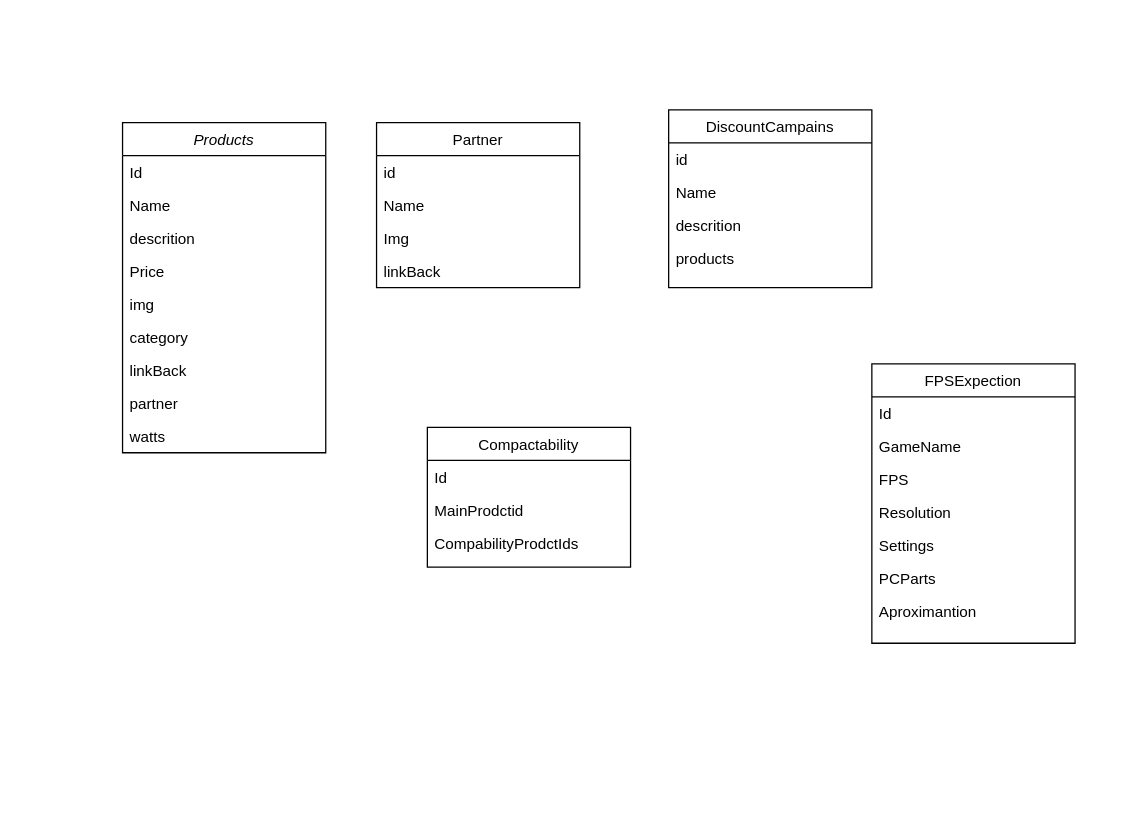
Earlier version of the draw.io diagram Untitled Diagram.drawio (bgabrielma/RigForge). Source tidied: cells renumbered, new cells numbered last; positions are measured from the earlier drawing's top-left corner, leaving out a move shared by most shapes. Both pictures are drawn from the tidied source at 127%, with x=0, y=0 at pixel (122, 109).
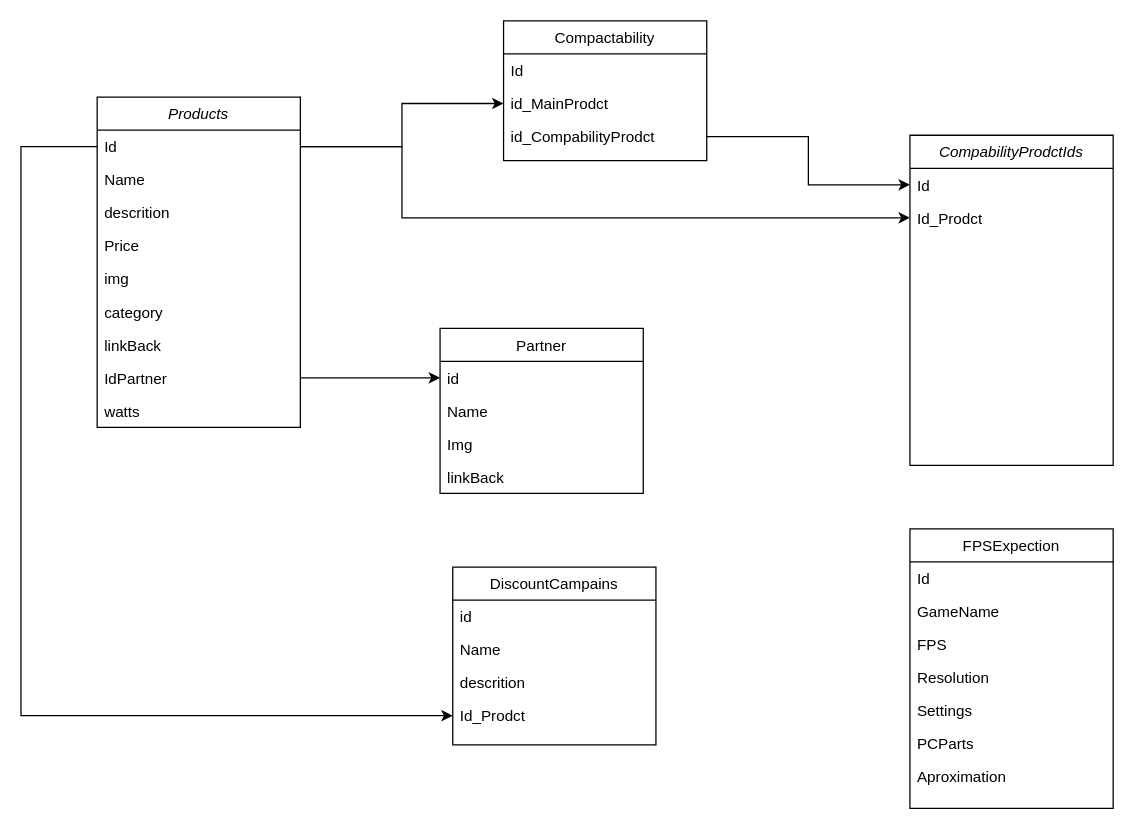
The same page after the edit.

Unchanged cells that the change refers to:
```xml
<mxCell id="3" value="Id" style="text;align=left;verticalAlign=top;spacingLeft=4;spacingRight=4;overflow=hidden;points=[[0,0.5],[1,0.5]];portConstraint=eastwest;" parent="2" vertex="1">
  <mxGeometry y="26" width="160" height="26" as="geometry" />
</mxCell>
<mxCell id="22" value="id" style="text;align=left;verticalAlign=top;spacingLeft=4;spacingRight=4;overflow=hidden;points=[[0,0.5],[1,0.5]];portConstraint=eastwest;" parent="21" vertex="1">
  <mxGeometry y="26" width="160" height="26" as="geometry" />
</mxCell>
```

Change to the diagram source:
```diff
@@
     <mxCell id="2" value="Products" style="swimlane;fontStyle=2;align=center;verticalAlign=top;horizontal=1;startSize=26;rounded=0;shadow=0;strokeWidth=1;" parent="1" vertex="1">
-      <mxGeometry y="10" width="160" height="260" as="geometry" />
+      <mxGeometry x="-20" y="-10" width="160" height="260" as="geometry" />
     </mxCell>
@@
-    <mxCell id="10" value="partner" style="text;align=left;verticalAlign=top;spacingLeft=4;spacingRight=4;overflow=hidden;points=[[0,0.5],[1,0.5]];portConstraint=eastwest;rounded=0;shadow=0;html=0;" parent="2" vertex="1">
+    <mxCell id="10" value="IdPartner" style="text;align=left;verticalAlign=top;spacingLeft=4;spacingRight=4;overflow=hidden;points=[[0,0.5],[1,0.5]];portConstraint=eastwest;rounded=0;shadow=0;html=0;" parent="2" vertex="1">
       <mxGeometry y="208" width="160" height="26" as="geometry" />
     </mxCell>
@@
     <mxCell id="12" value="Compactability" style="swimlane;fontStyle=0;align=center;verticalAlign=top;horizontal=1;startSize=26;rounded=0;shadow=0;strokeWidth=1;" parent="1" vertex="1">
-      <mxGeometry x="240" y="250" width="160" height="110" as="geometry" />
+      <mxGeometry x="300" y="-70" width="160" height="110" as="geometry" />
     </mxCell>
@@
-    <mxCell id="14" value="MainProdctid" style="text;align=left;verticalAlign=top;spacingLeft=4;spacingRight=4;overflow=hidden;points=[[0,0.5],[1,0.5]];portConstraint=eastwest;rounded=0;shadow=0;html=0;" parent="12" vertex="1">
+    <mxCell id="14" value="id_MainProdct" style="text;align=left;verticalAlign=top;spacingLeft=4;spacingRight=4;overflow=hidden;points=[[0,0.5],[1,0.5]];portConstraint=eastwest;rounded=0;shadow=0;html=0;" parent="12" vertex="1">
       <mxGeometry y="52" width="160" height="26" as="geometry" />
     </mxCell>
-    <mxCell id="15" value="CompabilityProdctIds" style="text;align=left;verticalAlign=top;spacingLeft=4;spacingRight=4;overflow=hidden;points=[[0,0.5],[1,0.5]];portConstraint=eastwest;rounded=0;shadow=0;html=0;" parent="12" vertex="1">
+    <mxCell id="15" value="id_CompabilityProdct" style="text;align=left;verticalAlign=top;spacingLeft=4;spacingRight=4;overflow=hidden;points=[[0,0.5],[1,0.5]];portConstraint=eastwest;rounded=0;shadow=0;html=0;" parent="12" vertex="1">
       <mxGeometry y="78" width="160" height="26" as="geometry" />
     </mxCell>
     <mxCell id="16" value="DiscountCampains" style="swimlane;fontStyle=0;align=center;verticalAlign=top;horizontal=1;startSize=26;rounded=0;shadow=0;strokeWidth=1;" parent="1" vertex="1">
-      <mxGeometry x="430" width="160" height="140" as="geometry" />
+      <mxGeometry x="260" y="360" width="160" height="140" as="geometry" />
     </mxCell>
@@
-    <mxCell id="20" value="products" style="text;align=left;verticalAlign=top;spacingLeft=4;spacingRight=4;overflow=hidden;points=[[0,0.5],[1,0.5]];portConstraint=eastwest;" parent="16" vertex="1">
+    <mxCell id="20" value="Id_Prodct" style="text;align=left;verticalAlign=top;spacingLeft=4;spacingRight=4;overflow=hidden;points=[[0,0.5],[1,0.5]];portConstraint=eastwest;" parent="16" vertex="1">
       <mxGeometry y="104" width="160" height="26" as="geometry" />
     </mxCell>
     <mxCell id="21" value="Partner" style="swimlane;fontStyle=0;align=center;verticalAlign=top;horizontal=1;startSize=26;rounded=0;shadow=0;strokeWidth=1;" parent="1" vertex="1">
-      <mxGeometry x="200" y="10" width="160" height="130" as="geometry" />
+      <mxGeometry x="250" y="172" width="160" height="130" as="geometry" />
     </mxCell>
@@
     <mxCell id="26" value="FPSExpection" style="swimlane;fontStyle=0;align=center;verticalAlign=top;horizontal=1;startSize=26;rounded=0;shadow=0;strokeWidth=1;" parent="1" vertex="1">
-      <mxGeometry x="590" y="200" width="160" height="220" as="geometry" />
+      <mxGeometry x="620" y="330" width="160" height="220" as="geometry" />
     </mxCell>
@@
-    <mxCell id="33" value="Aproximantion" style="text;align=left;verticalAlign=top;spacingLeft=4;spacingRight=4;overflow=hidden;rounded=0;shadow=0;html=0;" parent="26" vertex="1">
+    <mxCell id="33" value="Aproximation" style="text;align=left;verticalAlign=top;spacingLeft=4;spacingRight=4;overflow=hidden;rounded=0;shadow=0;html=0;" parent="26" vertex="1">
       <mxGeometry y="182" width="160" height="26" as="geometry" />
     </mxCell>
+    <mxCell id="34" style="edgeStyle=orthogonalEdgeStyle;rounded=0;jettySize=auto;html=1;" parent="1" edge="1" source="10" target="22">
+      <mxGeometry relative="1" as="geometry" />
+    </mxCell>
+    <mxCell id="35" value="CompabilityProdctIds" style="swimlane;fontStyle=2;align=center;verticalAlign=top;horizontal=1;startSize=26;rounded=0;shadow=0;strokeWidth=1;" parent="1" vertex="1">
+      <mxGeometry x="620" y="20" width="160" height="260" as="geometry" />
+    </mxCell>
+    <mxCell id="36" value="Id" style="text;align=left;verticalAlign=top;spacingLeft=4;spacingRight=4;overflow=hidden;points=[[0,0.5],[1,0.5]];portConstraint=eastwest;" parent="35" vertex="1">
+      <mxGeometry y="26" width="160" height="26" as="geometry" />
+    </mxCell>
+    <mxCell id="37" value="Id_Prodct" style="text;align=left;verticalAlign=top;spacingLeft=4;spacingRight=4;overflow=hidden;points=[[0,0.5],[1,0.5]];portConstraint=eastwest;rounded=0;shadow=0;html=0;" parent="35" vertex="1">
+      <mxGeometry y="52" width="160" height="26" as="geometry" />
+    </mxCell>
+    <mxCell id="38" style="edgeStyle=orthogonalEdgeStyle;rounded=0;jettySize=auto;html=1;" parent="1" edge="1" source="15" target="36">
+      <mxGeometry relative="1" as="geometry" />
+    </mxCell>
+    <mxCell id="39" style="edgeStyle=orthogonalEdgeStyle;rounded=0;jettySize=auto;html=1;entryX=0;entryY=0.5;entryDx=0;entryDy=0;" parent="1" edge="1" source="3" target="14">
+      <mxGeometry relative="1" as="geometry" />
+    </mxCell>
+    <mxCell id="40" style="edgeStyle=orthogonalEdgeStyle;rounded=0;jettySize=auto;html=1;" parent="1" edge="1" source="3" target="37">
+      <mxGeometry relative="1" as="geometry">
+        <Array as="points">
+          <mxPoint x="220" y="29" />
+          <mxPoint x="220" y="85" />
+        </Array>
+      </mxGeometry>
+    </mxCell>
+    <mxCell id="41" style="edgeStyle=orthogonalEdgeStyle;rounded=0;jettySize=auto;html=1;entryX=0;entryY=0.5;entryDx=0;entryDy=0;" parent="1" edge="1" source="3" target="20">
+      <mxGeometry relative="1" as="geometry">
+        <Array as="points">
+          <mxPoint x="-80" y="29" />
+          <mxPoint x="-80" y="477" />
+        </Array>
+      </mxGeometry>
+    </mxCell>
```
